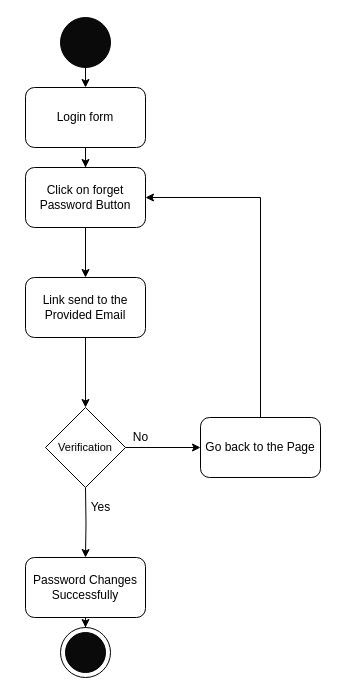
The draw.io diagram diagrams/Activity Diagram/forget password.drawio in usman1100/fyp-documentation, before the edit. Source tidied: cells renumbered, new cells numbered last; positions are measured from the earlier drawing's top-left corner, leaving out a move shared by most shapes. Both pictures are drawn from the tidied source at 100%, with x=0, y=0 at pixel (25, 17).
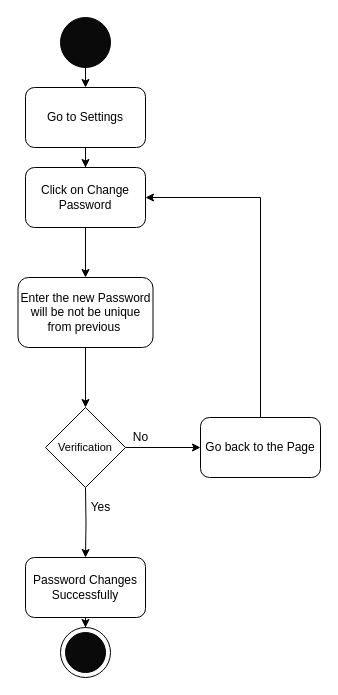
The same page after the edit.

Change to the diagram source:
```diff
@@
-    <mxCell id="5" value="Login form" style="rounded=1;whiteSpace=wrap;html=1;fillColor=#FFFFFF;" parent="1" vertex="1">
+    <mxCell id="5" value="Go to Settings" style="rounded=1;whiteSpace=wrap;html=1;fillColor=#FFFFFF;" parent="1" vertex="1">
       <mxGeometry y="70" width="120" height="60" as="geometry" />
     </mxCell>
@@
-    <mxCell id="17" value="Link send to the Provided Email" style="whiteSpace=wrap;html=1;fillColor=#FFFFFF;rounded=1;" parent="1" vertex="1">
-      <mxGeometry y="260" width="120" height="60" as="geometry" />
+    <mxCell id="17" value="Enter the new Password will be not be unique from previous&amp;nbsp;" style="whiteSpace=wrap;html=1;fillColor=#FFFFFF;rounded=1;" parent="1" vertex="1">
+      <mxGeometry x="-7.5" y="260" width="135" height="70" as="geometry" />
     </mxCell>
@@
-    <mxCell id="20" value="Click on forget Password Button" style="whiteSpace=wrap;html=1;fillColor=#FFFFFF;rounded=1;" parent="1" vertex="1">
+    <mxCell id="20" value="Click on Change Password" style="whiteSpace=wrap;html=1;fillColor=#FFFFFF;rounded=1;" parent="1" vertex="1">
       <mxGeometry y="150" width="120" height="60" as="geometry" />
     </mxCell>
```
